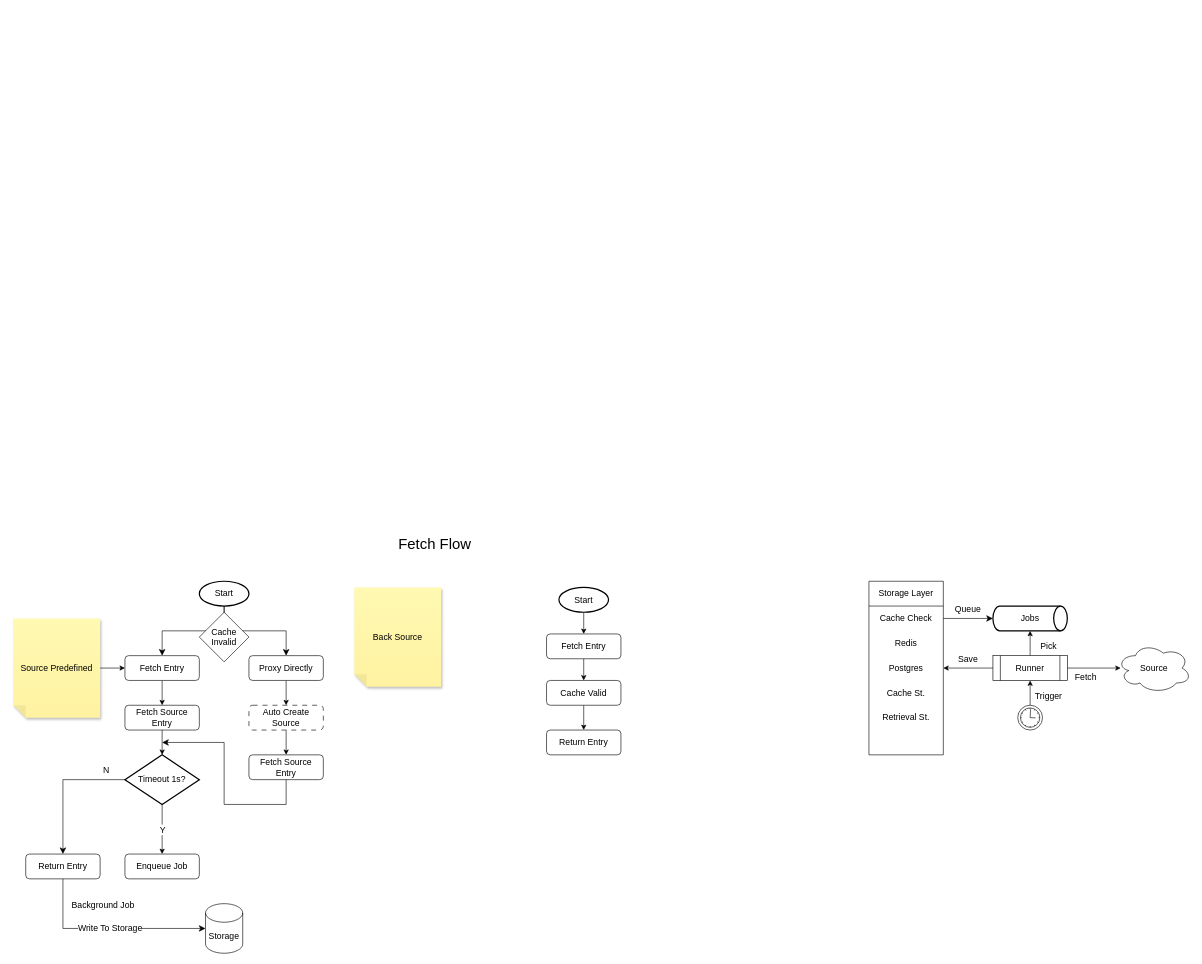
Earlier version of the draw.io diagram page "Fetch Flow" (3 of 6) of docs/buffetd.drawio (Buffetd/buffetd). Source tidied: cells renumbered, new cells numbered last; positions are measured from the earlier drawing's top-left corner, leaving out a move shared by most shapes. Both pictures are drawn from the tidied source at 62%, with x=0, y=0 at pixel (13, 531).
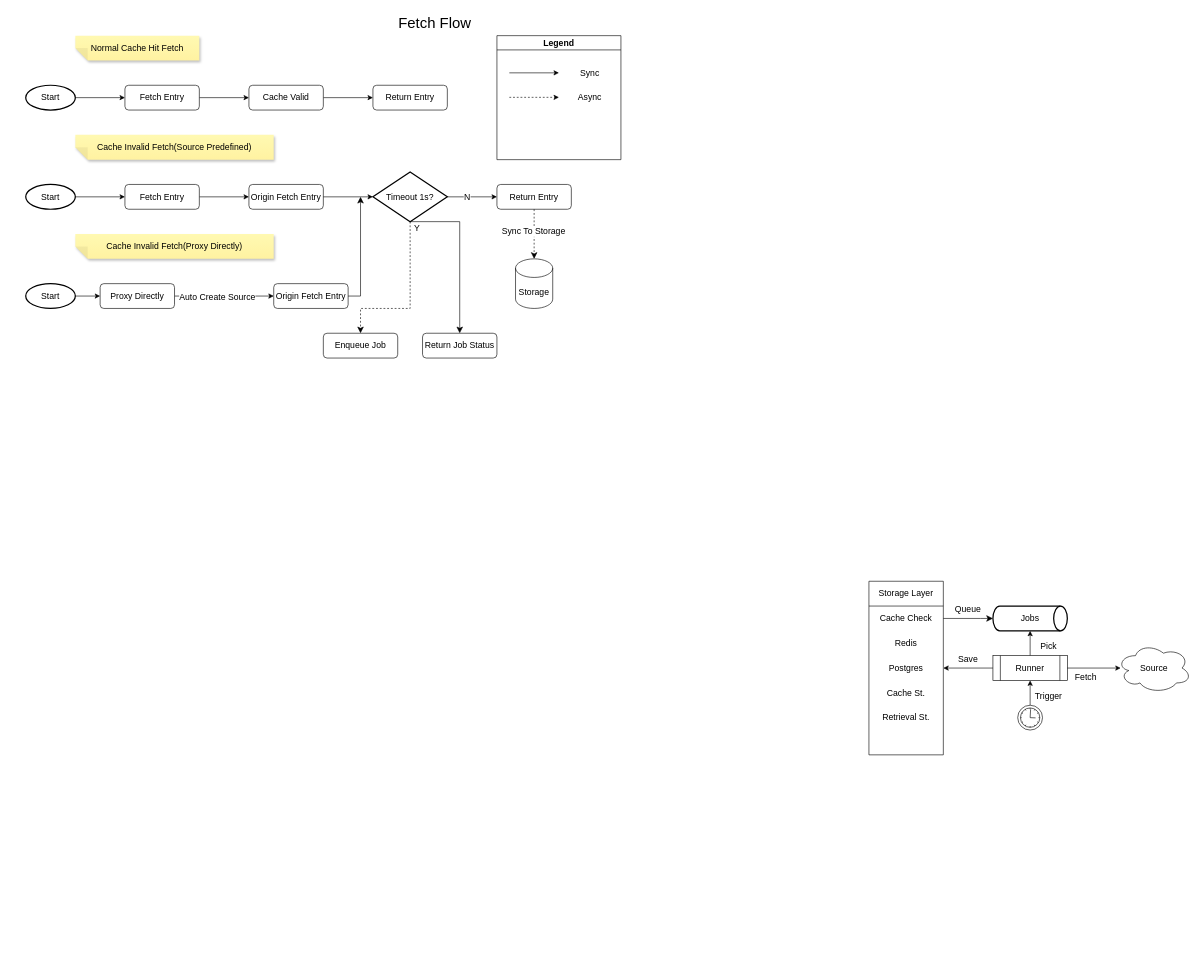
Above is the later version.

Commit message:
docs: redesign Fetch Flow page with three distinct cache scenarios

- Reorganized page into three separate flows: Normal Cache Hit, Cache Invalid with Predefined Source, and Cache Invalid with Proxy
- Added Normal Cache Hit flow showing Start → Fetch Entry → Cache Valid → Return Entry path
- Added Cache Invalid (Source Predefined) flow with timeout handling, including Start → Fetch Entry → Origin Fetch → 1s timeout decision → Return Entry or Enqueue Job paths
- Added Cache Invalid (Proxy

The edit, as a diff of the source:
```diff
@@
     <mxCell id="2" value="Fetch Flow" style="text;html=1;whiteSpace=wrap;strokeColor=none;fillColor=none;align=center;verticalAlign=middle;rounded=0;fontSize=24;" parent="1" vertex="1">
-      <mxGeometry x="540" width="280" height="40" as="geometry" />
+      <mxGeometry x="540" y="-840" width="280" height="40" as="geometry" />
     </mxCell>
-    <mxCell id="3" value="Start" style="strokeWidth=2;html=1;shape=mxgraph.flowchart.start_1;whiteSpace=wrap;fontSize=14;" parent="1" vertex="1">
-      <mxGeometry x="300" y="80" width="80" height="40" as="geometry" />
-    </mxCell>
-    <mxCell id="4" style="edgeStyle=none;html=1;exitX=0.5;exitY=1;exitDx=0;exitDy=0;entryX=0.5;entryY=0;entryDx=0;entryDy=0;fontSize=14;" parent="1" edge="1" source="5" target="9">
-      <mxGeometry relative="1" as="geometry" />
-    </mxCell>
-    <mxCell id="5" value="Proxy Directly" style="rounded=1;whiteSpace=wrap;html=1;fontSize=14;" parent="1" vertex="1">
-      <mxGeometry x="380" y="200" width="120" height="40" as="geometry" />
-    </mxCell>
-    <mxCell id="6" style="edgeStyle=none;html=1;exitX=0.5;exitY=1;exitDx=0;exitDy=0;entryX=0.5;entryY=0;entryDx=0;entryDy=0;fontSize=14;" parent="1" edge="1" source="7" target="35">
-      <mxGeometry relative="1" as="geometry" />
-    </mxCell>
-    <mxCell id="7" value="Fetch Entry" style="rounded=1;whiteSpace=wrap;html=1;fontSize=14;" parent="1" vertex="1">
-      <mxGeometry x="180" y="200" width="120" height="40" as="geometry" />
-    </mxCell>
-    <mxCell id="8" style="edgeStyle=none;html=1;exitX=0.5;exitY=1;exitDx=0;exitDy=0;entryX=0.5;entryY=0;entryDx=0;entryDy=0;fontSize=14;" parent="1" edge="1" source="9" target="44">
-      <mxGeometry relative="1" as="geometry" />
-    </mxCell>
-    <mxCell id="9" value="Auto Create Source" style="rounded=1;whiteSpace=wrap;html=1;fontSize=14;dashed=1;dashPattern=8 8;" parent="1" vertex="1">
-      <mxGeometry x="380" y="280" width="120" height="40" as="geometry" />
-    </mxCell>
@@
-    <mxCell id="31" style="edgeStyle=none;html=1;exitX=0;exitY=0.5;exitDx=0;exitDy=0;exitPerimeter=0;entryX=0;entryY=0.5;entryDx=0;entryDy=0;fontSize=14;" parent="1" edge="1" source="32" target="7">
-      <mxGeometry relative="1" as="geometry" />
-    </mxCell>
-    <mxCell id="32" value="Source Predefined" style="shape=note;whiteSpace=wrap;html=1;backgroundOutline=1;fontColor=#000000;darkOpacity=0.05;fillColor=#FFF9B2;strokeColor=none;fillStyle=solid;direction=west;gradientDirection=north;gradientColor=#FFF2A1;shadow=1;size=20;fontSize=14;" parent="1" vertex="1">
-      <mxGeometry y="140" width="140" height="160" as="geometry" />
-    </mxCell>
-    <mxCell id="33" style="edgeStyle=segmentEdgeStyle;endArrow=classic;html=1;curved=0;rounded=0;endSize=8;startSize=8;fontSize=14;entryX=0.5;entryY=0;entryDx=0;entryDy=0;exitX=0.5;exitY=1;exitDx=0;exitDy=0;exitPerimeter=0;" parent="1" edge="1" source="3" target="7">
-      <mxGeometry relative="1" as="geometry">
-        <Array as="points">
-          <mxPoint x="340" y="160" />
-          <mxPoint x="240" y="160" />
-        </Array>
-      </mxGeometry>
-    </mxCell>
-    <mxCell id="34" style="edgeStyle=segmentEdgeStyle;endArrow=classic;html=1;curved=0;rounded=0;endSize=8;startSize=8;fontSize=14;entryX=0.5;entryY=0;entryDx=0;entryDy=0;exitX=0.5;exitY=1;exitDx=0;exitDy=0;exitPerimeter=0;" parent="1" edge="1">
-      <mxGeometry relative="1" as="geometry">
-        <mxPoint x="340" y="120" as="sourcePoint" />
-        <mxPoint x="440" y="200" as="targetPoint" />
-        <Array as="points">
-          <mxPoint x="340" y="160" />
-          <mxPoint x="440" y="160" />
-        </Array>
-      </mxGeometry>
-    </mxCell>
-    <mxCell id="35" value="Fetch Source Entry" style="rounded=1;whiteSpace=wrap;html=1;fontSize=14;" parent="1" vertex="1">
-      <mxGeometry x="180" y="280" width="120" height="40" as="geometry" />
-    </mxCell>
+    <mxCell id="59" style="edgeStyle=none;html=1;exitX=1;exitY=0.5;exitDx=0;exitDy=0;exitPerimeter=0;entryX=0;entryY=0.5;entryDx=0;entryDy=0;fontSize=14;" parent="1" edge="1" source="60" target="62">
+      <mxGeometry relative="1" as="geometry" />
+    </mxCell>
+    <mxCell id="60" value="Start" style="strokeWidth=2;html=1;shape=mxgraph.flowchart.start_1;whiteSpace=wrap;fontSize=14;" parent="1" vertex="1">
+      <mxGeometry x="20" y="-720" width="80" height="40" as="geometry" />
+    </mxCell>
+    <mxCell id="61" style="edgeStyle=none;html=1;exitX=1;exitY=0.5;exitDx=0;exitDy=0;entryX=0;entryY=0.5;entryDx=0;entryDy=0;fontSize=14;" parent="1" edge="1" target="58">
+      <mxGeometry relative="1" as="geometry">
+        <mxPoint x="300" y="-700" as="sourcePoint" />
+      </mxGeometry>
+    </mxCell>
+    <mxCell id="62" value="Fetch Entry" style="rounded=1;whiteSpace=wrap;html=1;fontSize=14;" parent="1" vertex="1">
+      <mxGeometry x="180" y="-720" width="120" height="40" as="geometry" />
+    </mxCell>
+    <mxCell id="63" style="edgeStyle=none;html=1;exitX=1;exitY=0.5;exitDx=0;exitDy=0;entryX=0;entryY=0.5;entryDx=0;entryDy=0;fontSize=14;" parent="1" edge="1" source="58" target="64">
+      <mxGeometry relative="1" as="geometry" />
+    </mxCell>
+    <mxCell id="58" value="Cache Valid" style="rounded=1;whiteSpace=wrap;html=1;fontSize=14;" parent="1" vertex="1">
+      <mxGeometry x="380" y="-720" width="120" height="40" as="geometry" />
+    </mxCell>
+    <mxCell id="64" value="Return Entry" style="rounded=1;whiteSpace=wrap;html=1;fontSize=14;" parent="1" vertex="1">
+      <mxGeometry x="580" y="-720" width="120" height="40" as="geometry" />
+    </mxCell>
+    <mxCell id="65" value="Normal Cache Hit Fetch" style="shape=note;whiteSpace=wrap;html=1;backgroundOutline=1;fontColor=#000000;darkOpacity=0.05;fillColor=#FFF9B2;strokeColor=none;fillStyle=solid;direction=west;gradientDirection=north;gradientColor=#FFF2A1;shadow=1;size=20;fontSize=14;" parent="1" vertex="1">
+      <mxGeometry x="100" y="-800" width="200" height="40" as="geometry" />
+    </mxCell>
+    <mxCell id="66" value="Cache Invalid Fetch(Source Predefined)" style="shape=note;whiteSpace=wrap;html=1;backgroundOutline=1;fontColor=#000000;darkOpacity=0.05;fillColor=#FFF9B2;strokeColor=none;fillStyle=solid;direction=west;gradientDirection=north;gradientColor=#FFF2A1;shadow=1;size=20;fontSize=14;" parent="1" vertex="1">
+      <mxGeometry x="100" y="-640" width="320" height="40" as="geometry" />
+    </mxCell>
+    <mxCell id="67" style="edgeStyle=none;html=1;exitX=1;exitY=0.5;exitDx=0;exitDy=0;exitPerimeter=0;entryX=0;entryY=0.5;entryDx=0;entryDy=0;fontSize=14;" parent="1" edge="1" source="68" target="70">
+      <mxGeometry relative="1" as="geometry" />
+    </mxCell>
+    <mxCell id="68" value="Start" style="strokeWidth=2;html=1;shape=mxgraph.flowchart.start_1;whiteSpace=wrap;fontSize=14;" parent="1" vertex="1">
+      <mxGeometry x="20" y="-560" width="80" height="40" as="geometry" />
+    </mxCell>
+    <mxCell id="69" style="edgeStyle=none;html=1;exitX=1;exitY=0.5;exitDx=0;exitDy=0;entryX=0;entryY=0.5;entryDx=0;entryDy=0;fontSize=14;" parent="1" edge="1" source="70" target="71">
+      <mxGeometry relative="1" as="geometry" />
+    </mxCell>
+    <mxCell id="70" value="Fetch Entry" style="rounded=1;whiteSpace=wrap;html=1;fontSize=14;" parent="1" vertex="1">
+      <mxGeometry x="180" y="-560" width="120" height="40" as="geometry" />
+    </mxCell>
+    <mxCell id="71" value="Origin Fetch Entry" style="rounded=1;whiteSpace=wrap;html=1;fontSize=14;" parent="1" vertex="1">
+      <mxGeometry x="380" y="-560" width="120" height="40" as="geometry" />
+    </mxCell>
+    <mxCell id="72" style="edgeStyle=none;html=1;exitX=1;exitY=0.5;exitDx=0;exitDy=0;exitPerimeter=0;entryX=0;entryY=0.5;entryDx=0;entryDy=0;fontSize=14;" parent="1" edge="1" source="36" target="74">
+      <mxGeometry relative="1" as="geometry" />
+    </mxCell>
+    <mxCell id="43" value="N" style="edgeLabel;html=1;align=center;verticalAlign=middle;fontSize=14;" parent="72" vertex="1">
+      <mxGeometry x="-0.23" relative="1" as="geometry" />
+    </mxCell>
     <mxCell id="36" value="Timeout 1s?" style="strokeWidth=2;html=1;shape=mxgraph.flowchart.decision;whiteSpace=wrap;fontSize=14;" parent="1" vertex="1">
-      <mxGeometry x="180" y="360" width="120" height="80" as="geometry" />
+      <mxGeometry x="580" y="-580" width="120" height="80" as="geometry" />
     </mxCell>
-    <mxCell id="37" style="edgeStyle=none;html=1;exitX=0.5;exitY=1;exitDx=0;exitDy=0;entryX=0.5;entryY=0;entryDx=0;entryDy=0;entryPerimeter=0;fontSize=14;" parent="1" edge="1" source="35" target="36">
-      <mxGeometry relative="1" as="geometry" />
-    </mxCell>
+    <mxCell id="73" style="edgeStyle=none;html=1;exitX=1;exitY=0.5;exitDx=0;exitDy=0;entryX=0;entryY=0.5;entryDx=0;entryDy=0;entryPerimeter=0;fontSize=14;" parent="1" edge="1" source="71" target="36">
+      <mxGeometry relative="1" as="geometry" />
+    </mxCell>
+    <mxCell id="74" value="Return Entry" style="rounded=1;whiteSpace=wrap;html=1;fontSize=14;" parent="1" vertex="1">
+      <mxGeometry x="780" y="-560" width="120" height="40" as="geometry" />
+    </mxCell>
+    <mxCell id="75" value="Cache Invalid Fetch(Proxy Directly)" style="shape=note;whiteSpace=wrap;html=1;backgroundOutline=1;fontColor=#000000;darkOpacity=0.05;fillColor=#FFF9B2;strokeColor=none;fillStyle=solid;direction=west;gradientDirection=north;gradientColor=#FFF2A1;shadow=1;size=20;fontSize=14;" parent="1" vertex="1">
+      <mxGeometry x="100" y="-480" width="320" height="40" as="geometry" />
+    </mxCell>
+    <mxCell id="76" style="edgeStyle=none;html=1;exitX=1;exitY=0.5;exitDx=0;exitDy=0;exitPerimeter=0;entryX=0;entryY=0.5;entryDx=0;entryDy=0;fontSize=14;" parent="1" edge="1" source="77" target="5">
+      <mxGeometry relative="1" as="geometry" />
+    </mxCell>
+    <mxCell id="77" value="Start" style="strokeWidth=2;html=1;shape=mxgraph.flowchart.start_1;whiteSpace=wrap;fontSize=14;" parent="1" vertex="1">
+      <mxGeometry x="20" y="-400" width="80" height="40" as="geometry" />
+    </mxCell>
+    <mxCell id="78" style="edgeStyle=none;html=1;exitX=1;exitY=0.5;exitDx=0;exitDy=0;entryX=0;entryY=0.5;entryDx=0;entryDy=0;fontSize=14;" parent="1" edge="1" source="5" target="79">
+      <mxGeometry relative="1" as="geometry" />
+    </mxCell>
+    <mxCell id="9" value="Auto Create Source" style="edgeLabel;html=1;align=center;verticalAlign=middle;points=[];fontSize=14;" parent="78" vertex="1">
+      <mxGeometry x="-0.15" y="-1" relative="1" as="geometry" />
+    </mxCell>
+    <mxCell id="5" value="Proxy Directly" style="rounded=1;whiteSpace=wrap;html=1;fontSize=14;" parent="1" vertex="1">
+      <mxGeometry x="140" y="-400" width="120" height="40" as="geometry" />
+    </mxCell>
+    <mxCell id="79" value="Origin Fetch Entry" style="rounded=1;whiteSpace=wrap;html=1;fontSize=14;" parent="1" vertex="1">
+      <mxGeometry x="420" y="-400" width="120" height="40" as="geometry" />
+    </mxCell>
+    <mxCell id="80" style="edgeStyle=segmentEdgeStyle;endArrow=classic;html=1;curved=0;rounded=0;endSize=8;startSize=8;fontSize=14;" parent="1" edge="1">
+      <mxGeometry relative="1" as="geometry">
+        <mxPoint x="540" y="-380" as="sourcePoint" />
+        <mxPoint x="560" y="-540" as="targetPoint" />
+      </mxGeometry>
+    </mxCell>
     <mxCell id="38" value="Enqueue Job" style="rounded=1;whiteSpace=wrap;html=1;fontSize=14;" parent="1" vertex="1">
-      <mxGeometry x="180" y="520" width="120" height="40" as="geometry" />
+      <mxGeometry x="500" y="-320" width="120" height="40" as="geometry" />
     </mxCell>
-    <mxCell id="39" style="endArrow=classic;html=1;fontSize=14;entryX=0.5;entryY=0;entryDx=0;entryDy=0;" parent="1" edge="1" target="38">
-      <mxGeometry relative="1" as="geometry">
-        <mxPoint x="240" y="440" as="sourcePoint" />
-      </mxGeometry>
-    </mxCell>
+    <mxCell id="81" style="edgeStyle=segmentEdgeStyle;endArrow=classic;html=1;curved=0;rounded=0;endSize=8;startSize=8;fontSize=14;exitX=0.5;exitY=1;exitDx=0;exitDy=0;exitPerimeter=0;entryX=0.5;entryY=0;entryDx=0;entryDy=0;dashed=1;" parent="1" edge="1" source="36" target="38">
+      <mxGeometry relative="1" as="geometry">
+        <Array as="points">
+          <mxPoint x="640" y="-360" />
+          <mxPoint x="560" y="-360" />
+        </Array>
+      </mxGeometry>
+    </mxCell>
-    <mxCell id="40" value="Y" style="edgeLabel;html=1;align=center;verticalAlign=middle;fontSize=14;" parent="39" vertex="1">
-      <mxGeometry relative="1" as="geometry" />
+    <mxCell id="40" value="Y" style="edgeLabel;html=1;align=center;verticalAlign=middle;fontSize=14;" parent="81" vertex="1">
+      <mxGeometry x="-0.07" y="2" relative="1" as="geometry">
+        <mxPoint x="8" y="-111" as="offset" />
+      </mxGeometry>
     </mxCell>
-    <mxCell id="41" value="Return Entry" style="rounded=1;whiteSpace=wrap;html=1;fontSize=14;" parent="1" vertex="1">
-      <mxGeometry x="20" y="520" width="120" height="40" as="geometry" />
-    </mxCell>
-    <mxCell id="42" style="edgeStyle=segmentEdgeStyle;endArrow=classic;html=1;curved=0;rounded=0;endSize=8;startSize=8;fontSize=14;exitX=0;exitY=0.5;exitDx=0;exitDy=0;exitPerimeter=0;entryX=0.5;entryY=0;entryDx=0;entryDy=0;" parent="1" edge="1" source="36" target="41">
-      <mxGeometry relative="1" as="geometry" />
-    </mxCell>
-    <mxCell id="43" value="N" style="text;html=1;whiteSpace=wrap;strokeColor=none;fillColor=none;align=center;verticalAlign=middle;rounded=0;fontSize=14;" parent="1" vertex="1">
-      <mxGeometry x="120" y="370" width="60" height="30" as="geometry" />
-    </mxCell>
-    <mxCell id="44" value="Fetch Source Entry" style="rounded=1;whiteSpace=wrap;html=1;fontSize=14;" parent="1" vertex="1">
-      <mxGeometry x="380" y="360" width="120" height="40" as="geometry" />
-    </mxCell>
-    <mxCell id="45" style="edgeStyle=segmentEdgeStyle;endArrow=classic;html=1;curved=0;rounded=0;endSize=8;startSize=8;fontSize=14;exitX=0.5;exitY=1;exitDx=0;exitDy=0;" parent="1" edge="1" source="44">
-      <mxGeometry relative="1" as="geometry">
-        <mxPoint x="240" y="340" as="targetPoint" />
-        <Array as="points">
-          <mxPoint x="440" y="440" />
-          <mxPoint x="340" y="440" />
-          <mxPoint x="340" y="340" />
-        </Array>
-      </mxGeometry>
-    </mxCell>
     <mxCell id="46" value="Storage" style="shape=cylinder3;whiteSpace=wrap;html=1;boundedLbl=1;backgroundOutline=1;size=15;fontSize=14;" parent="1" vertex="1">
-      <mxGeometry x="310" y="600" width="60" height="80" as="geometry" />
+      <mxGeometry x="810" y="-440" width="60" height="80" as="geometry" />
     </mxCell>
-    <mxCell id="47" style="edgeStyle=segmentEdgeStyle;endArrow=classic;html=1;curved=0;rounded=0;endSize=8;startSize=8;fontSize=14;entryX=0;entryY=0.5;entryDx=0;entryDy=0;entryPerimeter=0;exitX=0.5;exitY=1;exitDx=0;exitDy=0;" parent="1" edge="1" source="41" target="46">
-      <mxGeometry relative="1" as="geometry">
-        <Array as="points">
-          <mxPoint x="80" y="640" />
-        </Array>
-      </mxGeometry>
-    </mxCell>
-    <mxCell id="48" value="Write To Storage" style="edgeLabel;html=1;align=center;verticalAlign=middle;fontSize=14;" parent="47" vertex="1">
-      <mxGeometry y="1" relative="1" as="geometry" />
-    </mxCell>
-    <mxCell id="49" value="Background Job" style="text;html=1;whiteSpace=wrap;strokeColor=none;fillColor=none;align=center;verticalAlign=middle;rounded=0;fontSize=14;" parent="1" vertex="1">
-      <mxGeometry x="90" y="583" width="110" height="37" as="geometry" />
-    </mxCell>
-    <mxCell id="50" value="Back Source" style="shape=note;whiteSpace=wrap;html=1;backgroundOutline=1;fontColor=#000000;darkOpacity=0.05;fillColor=#FFF9B2;strokeColor=none;fillStyle=solid;direction=west;gradientDirection=north;gradientColor=#FFF2A1;shadow=1;size=20;fontSize=14;" parent="1" vertex="1">
-      <mxGeometry x="550" y="90" width="140" height="160" as="geometry" />
-    </mxCell>
-    <mxCell id="51" value="Cache Invalid" style="rhombus;whiteSpace=wrap;html=1;fontSize=14;" parent="1" vertex="1">
-      <mxGeometry x="300" y="130" width="80" height="80" as="geometry" />
-    </mxCell>
-    <mxCell id="52" style="edgeStyle=none;html=1;exitX=0.5;exitY=1;exitDx=0;exitDy=0;exitPerimeter=0;entryX=0.5;entryY=0;entryDx=0;entryDy=0;fontSize=14;" parent="1" edge="1" source="53" target="55">
-      <mxGeometry relative="1" as="geometry" />
-    </mxCell>
-    <mxCell id="53" value="Start" style="strokeWidth=2;html=1;shape=mxgraph.flowchart.start_1;whiteSpace=wrap;fontSize=14;" parent="1" vertex="1">
-      <mxGeometry x="880" y="90" width="80" height="40" as="geometry" />
-    </mxCell>
-    <mxCell id="54" style="edgeStyle=none;html=1;exitX=0.5;exitY=1;exitDx=0;exitDy=0;entryX=0.5;entryY=0;entryDx=0;entryDy=0;fontSize=14;" parent="1" edge="1" source="55" target="58">
-      <mxGeometry relative="1" as="geometry" />
-    </mxCell>
-    <mxCell id="55" value="Fetch Entry" style="rounded=1;whiteSpace=wrap;html=1;fontSize=14;" parent="1" vertex="1">
-      <mxGeometry x="860" y="165" width="120" height="40" as="geometry" />
-    </mxCell>
-    <mxCell id="56" value="Return Entry" style="rounded=1;whiteSpace=wrap;html=1;fontSize=14;" parent="1" vertex="1">
-      <mxGeometry x="860" y="320" width="120" height="40" as="geometry" />
-    </mxCell>
-    <mxCell id="57" style="edgeStyle=none;html=1;exitX=0.5;exitY=1;exitDx=0;exitDy=0;entryX=0.5;entryY=0;entryDx=0;entryDy=0;fontSize=14;" parent="1" edge="1" source="58" target="56">
-      <mxGeometry relative="1" as="geometry" />
-    </mxCell>
-    <mxCell id="58" value="Cache Valid" style="rounded=1;whiteSpace=wrap;html=1;fontSize=14;" parent="1" vertex="1">
-      <mxGeometry x="860" y="240" width="120" height="40" as="geometry" />
-    </mxCell>
+    <mxCell id="82" style="edgeStyle=segmentEdgeStyle;endArrow=classic;html=1;curved=0;rounded=0;endSize=8;startSize=8;fontSize=14;exitX=0.5;exitY=1;exitDx=0;exitDy=0;entryX=0.5;entryY=0;entryDx=0;entryDy=0;entryPerimeter=0;dashed=1;" parent="1" edge="1" source="74" target="46">
+      <mxGeometry relative="1" as="geometry">
+        <Array as="points">
+          <mxPoint x="840" y="-460" />
+          <mxPoint x="840" y="-460" />
+        </Array>
+      </mxGeometry>
+    </mxCell>
+    <mxCell id="83" value="Sync To Storage" style="edgeLabel;html=1;align=center;verticalAlign=middle;fontSize=14;" parent="82" vertex="1">
+      <mxGeometry x="-0.12" y="-2" relative="1" as="geometry" />
+    </mxCell>
+    <mxCell id="84" value="Return Job Status" style="rounded=1;whiteSpace=wrap;html=1;fontSize=14;" parent="1" vertex="1">
+      <mxGeometry x="660" y="-320" width="120" height="40" as="geometry" />
+    </mxCell>
+    <mxCell id="85" style="edgeStyle=segmentEdgeStyle;endArrow=classic;html=1;curved=0;rounded=0;endSize=8;startSize=8;fontSize=14;exitX=0.5;exitY=1;exitDx=0;exitDy=0;exitPerimeter=0;entryX=0.5;entryY=0;entryDx=0;entryDy=0;" parent="1" edge="1" source="36" target="84">
+      <mxGeometry relative="1" as="geometry" />
+    </mxCell>
+    <mxCell id="86" value="Legend" style="swimlane;fontSize=14;" parent="1" vertex="1">
+      <mxGeometry x="780" y="-800" width="200" height="200" as="geometry" />
+    </mxCell>
+    <mxCell id="87" style="endArrow=classic;html=1;fontSize=14;" parent="86" edge="1">
+      <mxGeometry relative="1" as="geometry">
+        <mxPoint x="20" y="60" as="sourcePoint" />
+        <mxPoint x="100" y="60" as="targetPoint" />
+      </mxGeometry>
+    </mxCell>
+    <mxCell id="88" style="endArrow=classic;html=1;fontSize=14;dashed=1;" parent="86" edge="1">
+      <mxGeometry relative="1" as="geometry">
+        <mxPoint x="20" y="99.5" as="sourcePoint" />
+        <mxPoint x="100" y="99.5" as="targetPoint" />
+      </mxGeometry>
+    </mxCell>
+    <mxCell id="89" value="Async" style="text;html=1;whiteSpace=wrap;strokeColor=none;fillColor=none;align=center;verticalAlign=middle;rounded=0;fontSize=14;" parent="86" vertex="1">
+      <mxGeometry x="120" y="85" width="60" height="30" as="geometry" />
+    </mxCell>
+    <mxCell id="90" value="Sync" style="text;html=1;whiteSpace=wrap;strokeColor=none;fillColor=none;align=center;verticalAlign=middle;rounded=0;fontSize=14;" parent="86" vertex="1">
+      <mxGeometry x="120" y="45" width="60" height="30" as="geometry" />
+    </mxCell>
```
